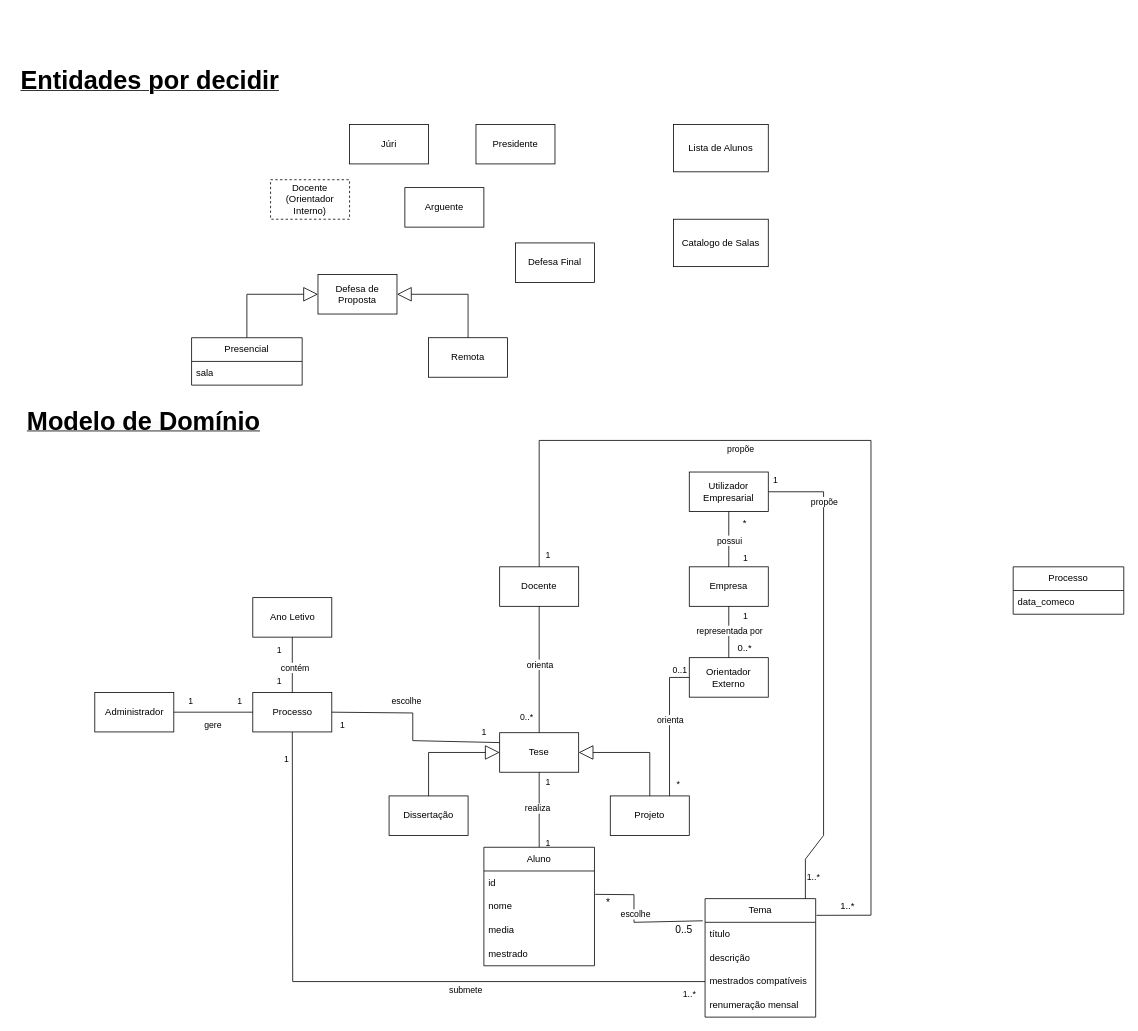
This is docs/DomainModel.drawio from Sapientia-PT/thesisman, a draw.io file, before an edit. Source tidied: cells renumbered, new cells numbered last; positions are measured from the earlier drawing's top-left corner, leaving out a move shared by most shapes. Both pictures are drawn from the tidied source at 79%, with x=0, y=0 at pixel (13, 69).
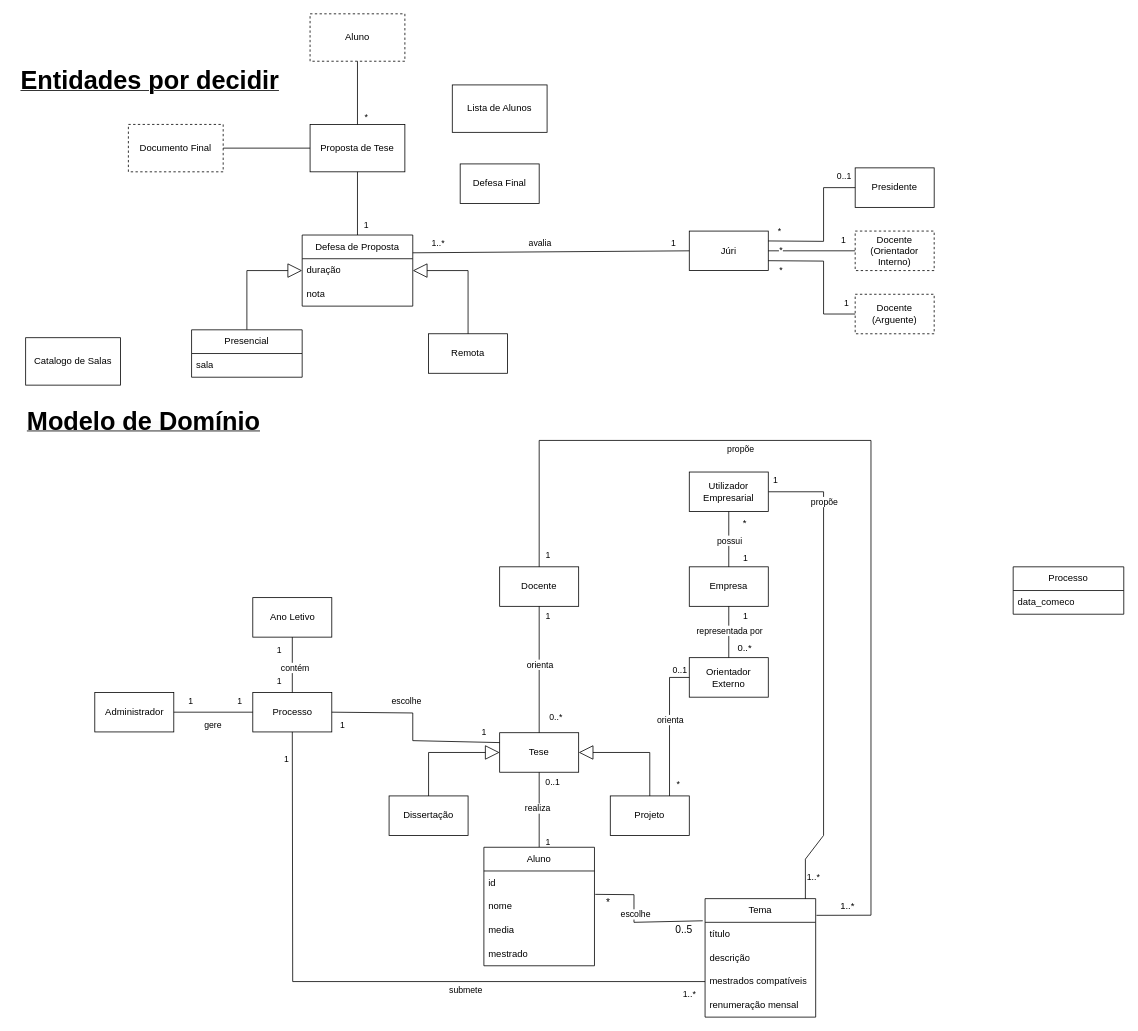
After the change.

Commit message:
Updated DM with more entities and relations

Unchanged cells that the change refers to:
```xml
<mxCell id="14" style="endArrow=none;html=1;rounded=0;entryX=0.5;entryY=1;entryDx=0;entryDy=0;exitX=0.5;exitY=0;exitDx=0;exitDy=0;" parent="1" edge="1" source="2" target="8">
  <mxGeometry relative="1" as="geometry" />
</mxCell>
<mxCell id="24" style="endArrow=none;html=1;rounded=0;entryX=0.5;entryY=1;entryDx=0;entryDy=0;exitX=0.5;exitY=0;exitDx=0;exitDy=0;" parent="1" edge="1" source="77" target="2">
  <mxGeometry relative="1" as="geometry" />
</mxCell>
```

Change to the diagram source:
```diff
@@
-    <mxCell id="10" value="Defesa de Proposta" style="html=1;whiteSpace=wrap;" parent="1" vertex="1">
-      <mxGeometry x="385" y="260" width="100" height="50" as="geometry" />
-    </mxCell>
-    <mxCell id="11" style="endArrow=block;endSize=16;endFill=0;html=1;rounded=0;entryX=0;entryY=0.5;entryDx=0;entryDy=0;exitX=0.5;exitY=0;exitDx=0;exitDy=0;" parent="1" edge="1" source="84" target="10">
+    <mxCell id="11" style="endArrow=block;endSize=16;endFill=0;html=1;rounded=0;exitX=0.5;exitY=0;exitDx=0;exitDy=0;entryX=0;entryY=0.5;entryDx=0;entryDy=0;" parent="1" edge="1" source="84" target="92">
       <mxGeometry relative="1" as="geometry">
         <Array as="points">
-          <mxPoint x="295" y="285" />
+          <mxPoint x="295" y="255" />
         </Array>
       </mxGeometry>
     </mxCell>
     <mxCell id="12" value="Remota" style="html=1;whiteSpace=wrap;" parent="1" vertex="1">
-      <mxGeometry x="525" y="340" width="100" height="50" as="geometry" />
+      <mxGeometry x="525" y="335" width="100" height="50" as="geometry" />
     </mxCell>
-    <mxCell id="13" style="endArrow=block;endSize=16;endFill=0;html=1;rounded=0;entryX=1;entryY=0.5;entryDx=0;entryDy=0;exitX=0.5;exitY=0;exitDx=0;exitDy=0;" parent="1" edge="1" source="12" target="10">
+    <mxCell id="13" style="endArrow=block;endSize=16;endFill=0;html=1;rounded=0;exitX=0.5;exitY=0;exitDx=0;exitDy=0;entryX=1;entryY=0.5;entryDx=0;entryDy=0;" parent="1" edge="1" source="12" target="92">
       <mxGeometry relative="1" as="geometry">
         <Array as="points">
-          <mxPoint x="575" y="285" />
+          <mxPoint x="575" y="255" />
         </Array>
       </mxGeometry>
     </mxCell>
@@
     <mxCell id="16" value="0..*" style="edgeLabel;html=1;align=center;verticalAlign=middle;" parent="14" vertex="1">
       <mxGeometry x="-0.79" relative="1" as="geometry">
-        <mxPoint x="-17" y="-4" as="offset" />
+        <mxPoint x="20" y="-4" as="offset" />
       </mxGeometry>
     </mxCell>
+    <mxCell id="88" value="1" style="edgeLabel;html=1;align=center;verticalAlign=middle;" parent="14" vertex="1">
+      <mxGeometry x="0.85" y="-2" relative="1" as="geometry">
+        <mxPoint x="8" as="offset" />
+      </mxGeometry>
+    </mxCell>
@@
     <mxCell id="26" value="1" style="edgeLabel;html=1;align=center;verticalAlign=middle;" parent="24" vertex="1">
       <mxGeometry x="-0.65" y="1" relative="1" as="geometry">
-        <mxPoint x="11" y="11" as="offset" />
+        <mxPoint x="11" y="9" as="offset" />
       </mxGeometry>
     </mxCell>
-    <mxCell id="27" value="1" style="edgeLabel;html=1;align=center;verticalAlign=middle;" parent="24" vertex="1">
+    <mxCell id="27" value="0..1" style="edgeLabel;html=1;align=center;verticalAlign=middle;" parent="24" vertex="1">
       <mxGeometry x="0.74" y="-2" relative="1" as="geometry">
-        <mxPoint x="8" as="offset" />
+        <mxPoint x="14" as="offset" />
       </mxGeometry>
     </mxCell>
@@
     <mxCell id="30" value="Defesa Final" style="html=1;whiteSpace=wrap;" parent="1" vertex="1">
-      <mxGeometry x="635" y="220" width="100" height="50" as="geometry" />
+      <mxGeometry x="565" y="120" width="100" height="50" as="geometry" />
     </mxCell>
     <mxCell id="31" value="Júri" style="html=1;whiteSpace=wrap;" parent="1" vertex="1">
-      <mxGeometry x="425" y="70" width="100" height="50" as="geometry" />
+      <mxGeometry x="855" y="205" width="100" height="50" as="geometry" />
     </mxCell>
@@
-    <mxCell id="40" value="Arguente" style="html=1;whiteSpace=wrap;" parent="1" vertex="1">
-      <mxGeometry x="495" y="150" width="100" height="50" as="geometry" />
+    <mxCell id="40" value="Docente (Arguente)" style="html=1;whiteSpace=wrap;dashed=1;" parent="1" vertex="1">
+      <mxGeometry x="1065" y="285" width="100" height="50" as="geometry" />
     </mxCell>
     <mxCell id="41" value="Docente (Orientador Interno)" style="html=1;whiteSpace=wrap;dashed=1;" parent="1" vertex="1">
-      <mxGeometry x="325" y="140" width="100" height="50" as="geometry" />
+      <mxGeometry x="1065" y="205" width="100" height="50" as="geometry" />
     </mxCell>
     <mxCell id="42" value="Presidente" style="html=1;whiteSpace=wrap;" parent="1" vertex="1">
-      <mxGeometry x="585" y="70" width="100" height="50" as="geometry" />
+      <mxGeometry x="1065" y="125" width="100" height="50" as="geometry" />
     </mxCell>
@@
     <mxCell id="84" value="Presencial" style="swimlane;fontStyle=0;horizontal=1;startSize=30;whiteSpace=wrap;html=1;" parent="1" vertex="1">
-      <mxGeometry x="225" y="340" width="140" height="60" as="geometry" />
+      <mxGeometry x="225" y="330" width="140" height="60" as="geometry" />
     </mxCell>
@@
     <mxCell id="86" value="Catalogo de Salas" style="whiteSpace=wrap;html=1;" parent="1" vertex="1">
-      <mxGeometry x="835" y="190" width="120" height="60" as="geometry" />
+      <mxGeometry x="15" y="340" width="120" height="60" as="geometry" />
     </mxCell>
     <mxCell id="87" value="Lista de Alunos" style="whiteSpace=wrap;html=1;" parent="1" vertex="1">
-      <mxGeometry x="835" y="70" width="120" height="60" as="geometry" />
+      <mxGeometry x="555" y="20" width="120" height="60" as="geometry" />
     </mxCell>
+    <mxCell id="89" value="Proposta de Tese" style="whiteSpace=wrap;html=1;" parent="1" vertex="1">
+      <mxGeometry x="375" y="70" width="120" height="60" as="geometry" />
+    </mxCell>
+    <mxCell id="90" style="endArrow=none;html=1;rounded=0;entryX=0.5;entryY=1;entryDx=0;entryDy=0;exitX=0.5;exitY=0;exitDx=0;exitDy=0;" parent="1" edge="1" target="89">
+      <mxGeometry relative="1" as="geometry">
+        <mxPoint x="435" y="210" as="sourcePoint" />
+      </mxGeometry>
+    </mxCell>
+    <mxCell id="91" value="1" style="edgeLabel;html=1;align=center;verticalAlign=middle;" parent="90" vertex="1">
+      <mxGeometry x="-0.4" y="-2" relative="1" as="geometry">
+        <mxPoint x="8" y="10" as="offset" />
+      </mxGeometry>
+    </mxCell>
+    <mxCell id="10" value="Defesa de Proposta" style="swimlane;fontStyle=0;horizontal=1;startSize=30;whiteSpace=wrap;html=1;" parent="1" vertex="1">
+      <mxGeometry x="365" y="210" width="140" height="90" as="geometry" />
+    </mxCell>
+    <mxCell id="92" value="duração" style="text;strokeColor=none;fillColor=none;align=left;verticalAlign=middle;spacingLeft=4;spacingRight=4;overflow=hidden;points=[[0,0.5],[1,0.5]];portConstraint=eastwest;whiteSpace=wrap;html=1;" parent="10" vertex="1">
+      <mxGeometry y="30" width="140" height="30" as="geometry" />
+    </mxCell>
+    <mxCell id="93" value="nota" style="text;strokeColor=none;fillColor=none;align=left;verticalAlign=middle;spacingLeft=4;spacingRight=4;overflow=hidden;whiteSpace=wrap;html=1;" parent="10" vertex="1">
+      <mxGeometry y="60" width="140" height="30" as="geometry" />
+    </mxCell>
+    <mxCell id="94" style="endArrow=none;html=1;rounded=0;exitX=1;exitY=0.25;exitDx=0;exitDy=0;entryX=0;entryY=0.5;entryDx=0;entryDy=0;" parent="1" edge="1" source="31" target="42">
+      <mxGeometry relative="1" as="geometry">
+        <Array as="points">
+          <mxPoint x="1025" y="218" />
+          <mxPoint x="1025" y="150" />
+        </Array>
+      </mxGeometry>
+    </mxCell>
+    <mxCell id="95" value="0..1" style="edgeLabel;html=1;align=center;verticalAlign=middle;" parent="94" vertex="1">
+      <mxGeometry x="0.84" y="2" relative="1" as="geometry">
+        <mxPoint y="-13" as="offset" />
+      </mxGeometry>
+    </mxCell>
+    <mxCell id="96" value="*" style="edgeLabel;html=1;align=center;verticalAlign=middle;" parent="94" vertex="1">
+      <mxGeometry x="-0.85" y="2" relative="1" as="geometry">
+        <mxPoint y="-11" as="offset" />
+      </mxGeometry>
+    </mxCell>
+    <mxCell id="97" style="endArrow=none;html=1;rounded=0;exitX=1;exitY=0.5;exitDx=0;exitDy=0;entryX=0;entryY=0.5;entryDx=0;entryDy=0;" parent="1" edge="1" source="31" target="41">
+      <mxGeometry relative="1" as="geometry" />
+    </mxCell>
+    <mxCell id="98" value="1" style="edgeLabel;html=1;align=center;verticalAlign=middle;" parent="97" vertex="1">
+      <mxGeometry x="0.47" y="-2" relative="1" as="geometry">
+        <mxPoint x="13" y="-17" as="offset" />
+      </mxGeometry>
+    </mxCell>
+    <mxCell id="99" value="*" style="edgeLabel;html=1;align=center;verticalAlign=middle;" parent="97" vertex="1">
+      <mxGeometry x="-0.67" y="2" relative="1" as="geometry">
+        <mxPoint x="-3" as="offset" />
+      </mxGeometry>
+    </mxCell>
+    <mxCell id="100" style="endArrow=none;html=1;rounded=0;exitX=1;exitY=0.75;exitDx=0;exitDy=0;entryX=0;entryY=0.5;entryDx=0;entryDy=0;" parent="1" edge="1" source="31" target="40">
+      <mxGeometry relative="1" as="geometry">
+        <Array as="points">
+          <mxPoint x="1025" y="243" />
+          <mxPoint x="1025" y="310" />
+        </Array>
+      </mxGeometry>
+    </mxCell>
+    <mxCell id="101" value="1" style="edgeLabel;html=1;align=center;verticalAlign=middle;" parent="100" vertex="1">
+      <mxGeometry x="0.88" y="-1" relative="1" as="geometry">
+        <mxPoint y="-16" as="offset" />
+      </mxGeometry>
+    </mxCell>
+    <mxCell id="102" value="*" style="edgeLabel;html=1;align=center;verticalAlign=middle;" parent="100" vertex="1">
+      <mxGeometry x="-0.84" y="3" relative="1" as="geometry">
+        <mxPoint x="1" y="15" as="offset" />
+      </mxGeometry>
+    </mxCell>
+    <mxCell id="103" style="endArrow=none;html=1;rounded=0;exitX=1;exitY=0.25;exitDx=0;exitDy=0;entryX=0;entryY=0.5;entryDx=0;entryDy=0;" parent="1" edge="1" source="10" target="31">
+      <mxGeometry relative="1" as="geometry" />
+    </mxCell>
+    <mxCell id="104" value="avalia" style="edgeLabel;html=1;align=center;verticalAlign=middle;" parent="103" vertex="1">
+      <mxGeometry x="-0.13" y="-1" relative="1" as="geometry">
+        <mxPoint x="8" y="-12" as="offset" />
+      </mxGeometry>
+    </mxCell>
+    <mxCell id="105" value="1" style="edgeLabel;html=1;align=center;verticalAlign=middle;" parent="103" vertex="1">
+      <mxGeometry x="0.79" y="1" relative="1" as="geometry">
+        <mxPoint x="17" y="-9" as="offset" />
+      </mxGeometry>
+    </mxCell>
+    <mxCell id="106" value="1..*" style="edgeLabel;html=1;align=center;verticalAlign=middle;" parent="103" vertex="1">
+      <mxGeometry x="-0.74" y="-2" relative="1" as="geometry">
+        <mxPoint x="-15" y="-14" as="offset" />
+      </mxGeometry>
+    </mxCell>
+    <mxCell id="107" value="Aluno" style="whiteSpace=wrap;html=1;dashed=1;" parent="1" vertex="1">
+      <mxGeometry x="375" y="-70" width="120" height="60" as="geometry" />
+    </mxCell>
+    <mxCell id="108" style="endArrow=none;html=1;rounded=0;entryX=0.5;entryY=1;entryDx=0;entryDy=0;exitX=0.5;exitY=0;exitDx=0;exitDy=0;" parent="1" edge="1" source="89" target="107">
+      <mxGeometry relative="1" as="geometry" />
+    </mxCell>
+    <mxCell id="109" value="*" style="edgeLabel;html=1;align=center;verticalAlign=middle;" parent="108" vertex="1">
+      <mxGeometry x="-0.47" y="-5" relative="1" as="geometry">
+        <mxPoint x="5" y="11" as="offset" />
+      </mxGeometry>
+    </mxCell>
+    <mxCell id="110" value="Documento Final" style="whiteSpace=wrap;html=1;dashed=1;" parent="1" vertex="1">
+      <mxGeometry x="145" y="70" width="120" height="60" as="geometry" />
+    </mxCell>
+    <mxCell id="111" style="endArrow=none;html=1;rounded=0;exitX=1;exitY=0.5;exitDx=0;exitDy=0;entryX=0;entryY=0.5;entryDx=0;entryDy=0;" parent="1" edge="1" source="110" target="89">
+      <mxGeometry relative="1" as="geometry" />
+    </mxCell>
```
